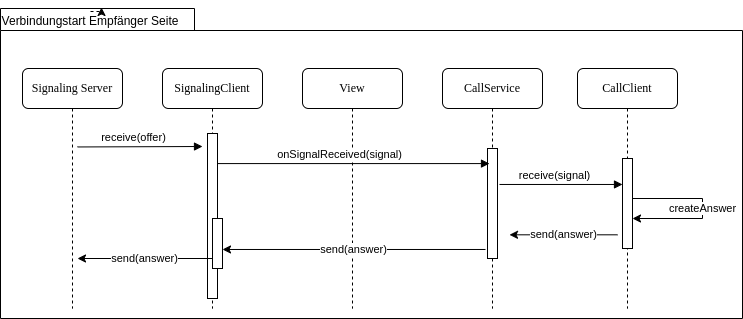
Above: src/graphics/diagramms/Sequence_MobileClient_Receiver_Signaling.drawio.png in jsvilling/IP6_Bachelorarbeit_Bericht_Cloudbasiertes_Praxisrufsystem (draw.io), before the change. Source tidied: cells renumbered, new cells last; positions are measured from the earlier drawing's top-left corner, leaving out a move shared by most shapes. Source of this version:
```xml
<mxGraphModel>
  <root>
    <mxCell id="0" />
    <mxCell id="1" parent="0" />
    <mxCell id="2" style="shape=folder;fontStyle=1;spacingTop=10;tabWidth=194;tabHeight=22;tabPosition=left;html=1;rounded=0;shadow=0;comic=0;labelBackgroundColor=none;strokeWidth=1;fillColor=none;fontFamily=Verdana;fontSize=10;align=center;" parent="1" vertex="1">
      <mxGeometry width="742" height="310" as="geometry" />
    </mxCell>
    <mxCell id="3" value="SignalingClient" style="shape=umlLifeline;perimeter=lifelinePerimeter;whiteSpace=wrap;html=1;rounded=1;shadow=0;comic=0;labelBackgroundColor=none;strokeWidth=1;fontFamily=Verdana;fontSize=12;align=center;" parent="1" vertex="1">
      <mxGeometry x="162" y="60" width="100" height="240" as="geometry" />
    </mxCell>
    <mxCell id="4" style="html=1;perimeter=orthogonalPerimeter;rounded=0;shadow=0;comic=0;labelBackgroundColor=none;strokeWidth=1;fontFamily=Verdana;fontSize=12;align=center;" parent="3" vertex="1">
      <mxGeometry x="45" y="65" width="10" height="165" as="geometry" />
    </mxCell>
    <mxCell id="5" value="receive(offer)" style="html=1;verticalAlign=bottom;endArrow=block;exitX=1.034;exitY=0.016;exitDx=0;exitDy=0;exitPerimeter=0;" parent="3" edge="1">
      <mxGeometry x="-0.1" relative="1" as="geometry">
        <mxPoint x="-85" y="78.5" as="sourcePoint" />
        <mxPoint x="40" y="78" as="targetPoint" />
      </mxGeometry>
    </mxCell>
    <mxCell id="6" value="send(answer)" style="endArrow=classic;html=1;rounded=0;" parent="3" edge="1">
      <mxGeometry relative="1" as="geometry">
        <mxPoint x="50" y="190" as="sourcePoint" />
        <mxPoint x="-85" y="190" as="targetPoint" />
      </mxGeometry>
    </mxCell>
    <mxCell id="7" style="html=1;points=[];perimeter=orthogonalPerimeter;rounded=0;shadow=0;comic=0;labelBackgroundColor=none;strokeWidth=1;fontFamily=Verdana;fontSize=12;align=center;" parent="3" vertex="1">
      <mxGeometry x="50" y="150" width="10" height="50" as="geometry" />
    </mxCell>
    <mxCell id="8" value="CallClient" style="shape=umlLifeline;perimeter=lifelinePerimeter;whiteSpace=wrap;html=1;rounded=1;shadow=0;comic=0;labelBackgroundColor=none;strokeWidth=1;fontFamily=Verdana;fontSize=12;align=center;" parent="1" vertex="1">
      <mxGeometry x="577" y="60" width="100" height="240" as="geometry" />
    </mxCell>
    <mxCell id="9" style="html=1;points=[];perimeter=orthogonalPerimeter;rounded=0;shadow=0;comic=0;labelBackgroundColor=none;strokeWidth=1;fontFamily=Verdana;fontSize=12;align=center;" parent="8" vertex="1">
      <mxGeometry x="45" y="90" width="10" height="90" as="geometry" />
    </mxCell>
    <mxCell id="10" value="send(answer)" style="endArrow=classic;html=1;rounded=0;entryX=1.2;entryY=0.639;entryDx=0;entryDy=0;entryPerimeter=0;" parent="8" edge="1">
      <mxGeometry relative="1" as="geometry">
        <mxPoint x="40" y="166.3" as="sourcePoint" />
        <mxPoint x="-68" y="166.3" as="targetPoint" />
      </mxGeometry>
    </mxCell>
    <mxCell id="11" value="View" style="shape=umlLifeline;perimeter=lifelinePerimeter;whiteSpace=wrap;html=1;rounded=1;shadow=0;comic=0;labelBackgroundColor=none;strokeWidth=1;fontFamily=Verdana;fontSize=12;align=center;" parent="1" vertex="1">
      <mxGeometry x="302" y="60" width="100" height="240" as="geometry" />
    </mxCell>
    <mxCell id="12" value="Verbindungstart Empfänger Seite" style="text;html=1;strokeColor=none;fillColor=none;align=center;verticalAlign=middle;whiteSpace=wrap;rounded=0;" parent="1" vertex="1">
      <mxGeometry y="3" width="180" height="20" as="geometry" />
    </mxCell>
    <mxCell id="13" value="CallService" style="shape=umlLifeline;perimeter=lifelinePerimeter;whiteSpace=wrap;html=1;rounded=1;shadow=0;comic=0;labelBackgroundColor=none;strokeWidth=1;fontFamily=Verdana;fontSize=12;align=center;" parent="1" vertex="1">
      <mxGeometry x="442" y="60" width="100" height="240" as="geometry" />
    </mxCell>
    <mxCell id="14" style="html=1;points=[];perimeter=orthogonalPerimeter;rounded=0;shadow=0;comic=0;labelBackgroundColor=none;strokeWidth=1;fontFamily=Verdana;fontSize=12;align=center;" parent="13" vertex="1">
      <mxGeometry x="45" y="80" width="10" height="110" as="geometry" />
    </mxCell>
    <mxCell id="15" value="Signaling Server" style="shape=umlLifeline;perimeter=lifelinePerimeter;whiteSpace=wrap;html=1;rounded=1;shadow=0;comic=0;labelBackgroundColor=none;strokeWidth=1;fontFamily=Verdana;fontSize=12;align=center;" parent="1" vertex="1">
      <mxGeometry x="22" y="60" width="100" height="240" as="geometry" />
    </mxCell>
    <mxCell id="16" value="createAnswer" style="endArrow=classic;html=1;rounded=0;" parent="1" edge="1">
      <mxGeometry relative="1" as="geometry">
        <mxPoint x="632" y="190" as="sourcePoint" />
        <mxPoint x="632" y="210" as="targetPoint" />
        <Array as="points">
          <mxPoint x="702" y="190" />
          <mxPoint x="702" y="210" />
        </Array>
      </mxGeometry>
    </mxCell>
    <mxCell id="17" value="onSignalReceived(signal)" style="html=1;verticalAlign=bottom;endArrow=block;entryX=0.2;entryY=0.042;entryDx=0;entryDy=0;entryPerimeter=0;" parent="1" edge="1">
      <mxGeometry x="-0.1" relative="1" as="geometry">
        <mxPoint x="217" y="155.1" as="sourcePoint" />
        <mxPoint x="489" y="155.1" as="targetPoint" />
      </mxGeometry>
    </mxCell>
    <mxCell id="18" value="receive(signal)" style="html=1;verticalAlign=bottom;endArrow=block;exitX=1.2;exitY=0.327;exitDx=0;exitDy=0;exitPerimeter=0;" parent="1" edge="1" source="14" target="9">
      <mxGeometry x="-0.1" relative="1" as="geometry" />
    </mxCell>
    <mxCell id="19" style="edgeStyle=orthogonalEdgeStyle;rounded=0;orthogonalLoop=1;jettySize=auto;html=1;exitX=0.5;exitY=0;exitDx=0;exitDy=0;entryX=0.561;entryY=-0.2;entryDx=0;entryDy=0;entryPerimeter=0;dashed=1;" parent="1" edge="1" source="12" target="12">
      <mxGeometry relative="1" as="geometry" />
    </mxCell>
    <mxCell id="20" value="send(answer)" style="endArrow=classic;html=1;rounded=0;exitX=-0.2;exitY=0.918;exitDx=0;exitDy=0;exitPerimeter=0;" parent="1" edge="1" source="14" target="7">
      <mxGeometry relative="1" as="geometry" />
    </mxCell>
  </root>
</mxGraphModel>
```
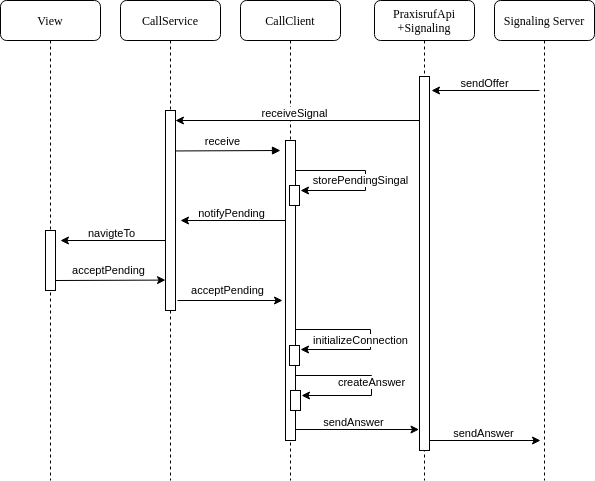
The same diagram one commit later.

Commit message:
Add sequence receiver sig

Change to the diagram source:
```diff
@@ -2,81 +2,122 @@
   <root>
     <mxCell id="0" />
     <mxCell id="1" parent="0" />
-    <mxCell id="2" style="shape=folder;fontStyle=1;spacingTop=10;tabWidth=194;tabHeight=22;tabPosition=left;html=1;rounded=0;shadow=0;comic=0;labelBackgroundColor=none;strokeWidth=1;fillColor=none;fontFamily=Verdana;fontSize=10;align=center;" parent="1" vertex="1">
-      <mxGeometry width="742" height="310" as="geometry" />
-    </mxCell>
-    <mxCell id="3" value="SignalingClient" style="shape=umlLifeline;perimeter=lifelinePerimeter;whiteSpace=wrap;html=1;rounded=1;shadow=0;comic=0;labelBackgroundColor=none;strokeWidth=1;fontFamily=Verdana;fontSize=12;align=center;" parent="1" vertex="1">
-      <mxGeometry x="162" y="60" width="100" height="240" as="geometry" />
+    <mxCell id="3" value="View" style="shape=umlLifeline;perimeter=lifelinePerimeter;whiteSpace=wrap;html=1;rounded=1;shadow=0;comic=0;labelBackgroundColor=none;strokeWidth=1;fontFamily=Verdana;fontSize=12;align=center;" parent="1" vertex="1">
+      <mxGeometry x="162" y="60" width="100" height="480" as="geometry" />
     </mxCell>
-    <mxCell id="4" style="html=1;perimeter=orthogonalPerimeter;rounded=0;shadow=0;comic=0;labelBackgroundColor=none;strokeWidth=1;fontFamily=Verdana;fontSize=12;align=center;" parent="3" vertex="1">
-      <mxGeometry x="45" y="65" width="10" height="165" as="geometry" />
-    </mxCell>
-    <mxCell id="5" value="receive(offer)" style="html=1;verticalAlign=bottom;endArrow=block;exitX=1.034;exitY=0.016;exitDx=0;exitDy=0;exitPerimeter=0;" parent="3" edge="1">
-      <mxGeometry x="-0.1" relative="1" as="geometry">
-        <mxPoint x="-85" y="78.5" as="sourcePoint" />
-        <mxPoint x="40" y="78" as="targetPoint" />
-      </mxGeometry>
-    </mxCell>
-    <mxCell id="6" value="send(answer)" style="endArrow=classic;html=1;rounded=0;" parent="3" edge="1">
-      <mxGeometry relative="1" as="geometry">
-        <mxPoint x="50" y="190" as="sourcePoint" />
-        <mxPoint x="-85" y="190" as="targetPoint" />
-      </mxGeometry>
-    </mxCell>
-    <mxCell id="7" style="html=1;points=[];perimeter=orthogonalPerimeter;rounded=0;shadow=0;comic=0;labelBackgroundColor=none;strokeWidth=1;fontFamily=Verdana;fontSize=12;align=center;" parent="3" vertex="1">
-      <mxGeometry x="50" y="150" width="10" height="50" as="geometry" />
-    </mxCell>
+    <mxCell id="21" style="html=1;perimeter=orthogonalPerimeter;rounded=0;shadow=0;comic=0;labelBackgroundColor=none;strokeWidth=1;fontFamily=Verdana;fontSize=12;align=center;" parent="3" vertex="1">
+      <mxGeometry x="45" y="230" width="10" height="60" as="geometry" />
+    </mxCell>
+    <mxCell id="22" value="acceptPending" style="endArrow=classic;html=1;rounded=0;entryX=0;entryY=0.848;entryDx=0;entryDy=0;entryPerimeter=0;" parent="3" edge="1" target="31">
+      <mxGeometry x="-0.04" y="10" relative="1" as="geometry">
+        <mxPoint x="55" y="280" as="sourcePoint" />
+      </mxGeometry>
+    </mxCell>
     <mxCell id="8" value="CallClient" style="shape=umlLifeline;perimeter=lifelinePerimeter;whiteSpace=wrap;html=1;rounded=1;shadow=0;comic=0;labelBackgroundColor=none;strokeWidth=1;fontFamily=Verdana;fontSize=12;align=center;" parent="1" vertex="1">
-      <mxGeometry x="577" y="60" width="100" height="240" as="geometry" />
+      <mxGeometry x="402" y="60" width="100" height="480" as="geometry" />
     </mxCell>
-    <mxCell id="9" style="html=1;points=[];perimeter=orthogonalPerimeter;rounded=0;shadow=0;comic=0;labelBackgroundColor=none;strokeWidth=1;fontFamily=Verdana;fontSize=12;align=center;" parent="8" vertex="1">
-      <mxGeometry x="45" y="90" width="10" height="90" as="geometry" />
-    </mxCell>
+    <mxCell id="23" value="sendAnswer" style="endArrow=none;html=1;rounded=0;entryX=1.2;entryY=0.639;entryDx=0;entryDy=0;entryPerimeter=0;endFill=0;startArrow=classic;startFill=1;" parent="8" edge="1">
+      <mxGeometry x="0.02" y="-7" relative="1" as="geometry">
+        <mxPoint x="178.5" y="429" as="sourcePoint" />
+        <mxPoint x="50" y="429" as="targetPoint" />
+      </mxGeometry>
+    </mxCell>
+    <mxCell id="24" style="html=1;points=[];perimeter=orthogonalPerimeter;rounded=0;shadow=0;comic=0;labelBackgroundColor=none;strokeWidth=1;fontFamily=Verdana;fontSize=12;align=center;" parent="8" vertex="1">
+      <mxGeometry x="45" y="140" width="10" height="300" as="geometry" />
+    </mxCell>
+    <mxCell id="25" value="acceptPending" style="endArrow=classic;html=1;rounded=0;" parent="8" edge="1">
+      <mxGeometry x="-0.04" y="10" relative="1" as="geometry">
+        <mxPoint x="-63" y="300" as="sourcePoint" />
+        <mxPoint x="42" y="300" as="targetPoint" />
+      </mxGeometry>
+    </mxCell>
+    <mxCell id="16" value="initializeConnection" style="endArrow=classic;html=1;rounded=0;" parent="8" edge="1">
+      <mxGeometry x="0.27" y="-9" relative="1" as="geometry">
+        <mxPoint x="55" y="329" as="sourcePoint" />
+        <mxPoint x="60" y="349" as="targetPoint" />
+        <Array as="points">
+          <mxPoint x="130" y="329" />
+          <mxPoint x="130" y="349" />
+        </Array>
+      </mxGeometry>
+    </mxCell>
+    <mxCell id="26" value="createAnswer" style="endArrow=classic;html=1;rounded=0;" parent="8" edge="1" source="24">
+      <mxGeometry relative="1" as="geometry">
+        <mxPoint x="61" y="395" as="targetPoint" />
+        <Array as="points">
+          <mxPoint x="131" y="375" />
+          <mxPoint x="131" y="395" />
+        </Array>
+      </mxGeometry>
+    </mxCell>
+    <mxCell id="27" style="html=1;perimeter=orthogonalPerimeter;rounded=0;shadow=0;comic=0;labelBackgroundColor=none;strokeWidth=1;fontFamily=Verdana;fontSize=12;align=center;" parent="8" vertex="1">
+      <mxGeometry x="49" y="185" width="10" height="20" as="geometry" />
+    </mxCell>
+    <mxCell id="28" style="html=1;perimeter=orthogonalPerimeter;rounded=0;shadow=0;comic=0;labelBackgroundColor=none;strokeWidth=1;fontFamily=Verdana;fontSize=12;align=center;" parent="8" vertex="1">
+      <mxGeometry x="49" y="345" width="10" height="20" as="geometry" />
+    </mxCell>
+    <mxCell id="29" style="html=1;perimeter=orthogonalPerimeter;rounded=0;shadow=0;comic=0;labelBackgroundColor=none;strokeWidth=1;fontFamily=Verdana;fontSize=12;align=center;" parent="8" vertex="1">
+      <mxGeometry x="50" y="390" width="10" height="20" as="geometry" />
+    </mxCell>
+    <mxCell id="11" value="PraxisrufApi&lt;br&gt;+Signaling" style="shape=umlLifeline;perimeter=lifelinePerimeter;whiteSpace=wrap;html=1;rounded=1;shadow=0;comic=0;labelBackgroundColor=none;strokeWidth=1;fontFamily=Verdana;fontSize=12;align=center;" parent="1" vertex="1">
+      <mxGeometry x="536" y="60" width="100" height="480" as="geometry" />
+    </mxCell>
+    <mxCell id="30" value="receiveSignal" style="endArrow=classic;html=1;rounded=0;" parent="11" edge="1" source="14">
+      <mxGeometry x="0.02" y="-7" relative="1" as="geometry">
+        <mxPoint x="-199.1" y="120" as="targetPoint" />
+      </mxGeometry>
+    </mxCell>
+    <mxCell id="14" style="html=1;points=[];perimeter=orthogonalPerimeter;rounded=0;shadow=0;comic=0;labelBackgroundColor=none;strokeWidth=1;fontFamily=Verdana;fontSize=12;align=center;" parent="11" vertex="1">
+      <mxGeometry x="45" y="76" width="10" height="374" as="geometry" />
+    </mxCell>
+    <mxCell id="13" value="CallService" style="shape=umlLifeline;perimeter=lifelinePerimeter;whiteSpace=wrap;html=1;rounded=1;shadow=0;comic=0;labelBackgroundColor=none;strokeWidth=1;fontFamily=Verdana;fontSize=12;align=center;" parent="1" vertex="1">
+      <mxGeometry x="282" y="60" width="100" height="480" as="geometry" />
+    </mxCell>
+    <mxCell id="31" style="html=1;points=[];perimeter=orthogonalPerimeter;rounded=0;shadow=0;comic=0;labelBackgroundColor=none;strokeWidth=1;fontFamily=Verdana;fontSize=12;align=center;" parent="13" vertex="1">
+      <mxGeometry x="45" y="110" width="10" height="200" as="geometry" />
+    </mxCell>
+    <mxCell id="32" value="navigteTo" style="endArrow=classic;html=1;rounded=0;" parent="13" edge="1">
+      <mxGeometry x="0.02" y="-7" relative="1" as="geometry">
+        <mxPoint x="45" y="240" as="sourcePoint" />
+        <mxPoint x="-60.1" y="240" as="targetPoint" />
+      </mxGeometry>
+    </mxCell>
+    <mxCell id="15" value="Signaling Server" style="shape=umlLifeline;perimeter=lifelinePerimeter;whiteSpace=wrap;html=1;rounded=1;shadow=0;comic=0;labelBackgroundColor=none;strokeWidth=1;fontFamily=Verdana;fontSize=12;align=center;" parent="1" vertex="1">
+      <mxGeometry x="656" y="60" width="100" height="480" as="geometry" />
+    </mxCell>
-    <mxCell id="10" value="send(answer)" style="endArrow=classic;html=1;rounded=0;entryX=1.2;entryY=0.639;entryDx=0;entryDy=0;entryPerimeter=0;" parent="8" edge="1">
-      <mxGeometry relative="1" as="geometry">
-        <mxPoint x="40" y="166.3" as="sourcePoint" />
-        <mxPoint x="-68" y="166.3" as="targetPoint" />
+    <mxCell id="10" value="sendOffer" style="endArrow=classic;html=1;rounded=0;entryX=1.2;entryY=0.639;entryDx=0;entryDy=0;entryPerimeter=0;" parent="15" edge="1">
+      <mxGeometry x="0.02" y="-7" relative="1" as="geometry">
+        <mxPoint x="45" y="90" as="sourcePoint" />
+        <mxPoint x="-63" y="90" as="targetPoint" />
       </mxGeometry>
     </mxCell>
-    <mxCell id="11" value="View" style="shape=umlLifeline;perimeter=lifelinePerimeter;whiteSpace=wrap;html=1;rounded=1;shadow=0;comic=0;labelBackgroundColor=none;strokeWidth=1;fontFamily=Verdana;fontSize=12;align=center;" parent="1" vertex="1">
-      <mxGeometry x="302" y="60" width="100" height="240" as="geometry" />
-    </mxCell>
-    <mxCell id="12" value="Verbindungstart Empfänger Seite" style="text;html=1;strokeColor=none;fillColor=none;align=center;verticalAlign=middle;whiteSpace=wrap;rounded=0;" parent="1" vertex="1">
-      <mxGeometry y="3" width="180" height="20" as="geometry" />
-    </mxCell>
-    <mxCell id="13" value="CallService" style="shape=umlLifeline;perimeter=lifelinePerimeter;whiteSpace=wrap;html=1;rounded=1;shadow=0;comic=0;labelBackgroundColor=none;strokeWidth=1;fontFamily=Verdana;fontSize=12;align=center;" parent="1" vertex="1">
-      <mxGeometry x="442" y="60" width="100" height="240" as="geometry" />
-    </mxCell>
-    <mxCell id="14" style="html=1;points=[];perimeter=orthogonalPerimeter;rounded=0;shadow=0;comic=0;labelBackgroundColor=none;strokeWidth=1;fontFamily=Verdana;fontSize=12;align=center;" parent="13" vertex="1">
-      <mxGeometry x="45" y="80" width="10" height="110" as="geometry" />
-    </mxCell>
-    <mxCell id="15" value="Signaling Server" style="shape=umlLifeline;perimeter=lifelinePerimeter;whiteSpace=wrap;html=1;rounded=1;shadow=0;comic=0;labelBackgroundColor=none;strokeWidth=1;fontFamily=Verdana;fontSize=12;align=center;" parent="1" vertex="1">
-      <mxGeometry x="22" y="60" width="100" height="240" as="geometry" />
-    </mxCell>
-    <mxCell id="16" value="createAnswer" style="endArrow=classic;html=1;rounded=0;" parent="1" edge="1">
-      <mxGeometry relative="1" as="geometry">
-        <mxPoint x="632" y="190" as="sourcePoint" />
-        <mxPoint x="632" y="210" as="targetPoint" />
-        <Array as="points">
-          <mxPoint x="702" y="190" />
-          <mxPoint x="702" y="210" />
-        </Array>
-      </mxGeometry>
-    </mxCell>
-    <mxCell id="17" value="onSignalReceived(signal)" style="html=1;verticalAlign=bottom;endArrow=block;entryX=0.2;entryY=0.042;entryDx=0;entryDy=0;entryPerimeter=0;" parent="1" edge="1">
-      <mxGeometry x="-0.1" relative="1" as="geometry">
-        <mxPoint x="217" y="155.1" as="sourcePoint" />
-        <mxPoint x="489" y="155.1" as="targetPoint" />
-      </mxGeometry>
-    </mxCell>
+    <mxCell id="33" value="sendAnswer" style="endArrow=none;html=1;rounded=0;entryX=1.2;entryY=0.639;entryDx=0;entryDy=0;entryPerimeter=0;endFill=0;startArrow=classic;startFill=1;" parent="15" edge="1">
+      <mxGeometry x="0.02" y="-7" relative="1" as="geometry">
+        <mxPoint x="46" y="440" as="sourcePoint" />
+        <mxPoint x="-65" y="440" as="targetPoint" />
+      </mxGeometry>
+    </mxCell>
+    <mxCell id="34" value="storePendingSingal" style="endArrow=classic;html=1;rounded=0;" parent="1" edge="1">
+      <mxGeometry x="0.03" y="-5" relative="1" as="geometry">
+        <mxPoint x="457" y="230" as="sourcePoint" />
+        <mxPoint x="462" y="250" as="targetPoint" />
+        <Array as="points">
+          <mxPoint x="527" y="230" />
+          <mxPoint x="527" y="250" />
+        </Array>
+      </mxGeometry>
+    </mxCell>
-    <mxCell id="18" value="receive(signal)" style="html=1;verticalAlign=bottom;endArrow=block;exitX=1.2;exitY=0.327;exitDx=0;exitDy=0;exitPerimeter=0;" parent="1" edge="1" source="14" target="9">
-      <mxGeometry x="-0.1" relative="1" as="geometry" />
+    <mxCell id="18" value="receive" style="html=1;verticalAlign=bottom;endArrow=block;exitX=1.034;exitY=0.016;exitDx=0;exitDy=0;exitPerimeter=0;" parent="1" edge="1">
+      <mxGeometry x="-0.1" relative="1" as="geometry">
+        <mxPoint x="337" y="210.5" as="sourcePoint" />
+        <mxPoint x="442" y="210" as="targetPoint" />
+      </mxGeometry>
     </mxCell>
-    <mxCell id="19" style="edgeStyle=orthogonalEdgeStyle;rounded=0;orthogonalLoop=1;jettySize=auto;html=1;exitX=0.5;exitY=0;exitDx=0;exitDy=0;entryX=0.561;entryY=-0.2;entryDx=0;entryDy=0;entryPerimeter=0;dashed=1;" parent="1" edge="1" source="12" target="12">
-      <mxGeometry relative="1" as="geometry" />
-    </mxCell>
-    <mxCell id="20" value="send(answer)" style="endArrow=classic;html=1;rounded=0;exitX=-0.2;exitY=0.918;exitDx=0;exitDy=0;exitPerimeter=0;" parent="1" edge="1" source="14" target="7">
-      <mxGeometry relative="1" as="geometry" />
-    </mxCell>
+    <mxCell id="35" value="notifyPending" style="endArrow=classic;html=1;rounded=0;" parent="1" edge="1">
+      <mxGeometry x="0.02" y="-7" relative="1" as="geometry">
+        <mxPoint x="447.1" y="280" as="sourcePoint" />
+        <mxPoint x="342" y="280" as="targetPoint" />
+      </mxGeometry>
+    </mxCell>
   </root>
 </mxGraphModel>
```
